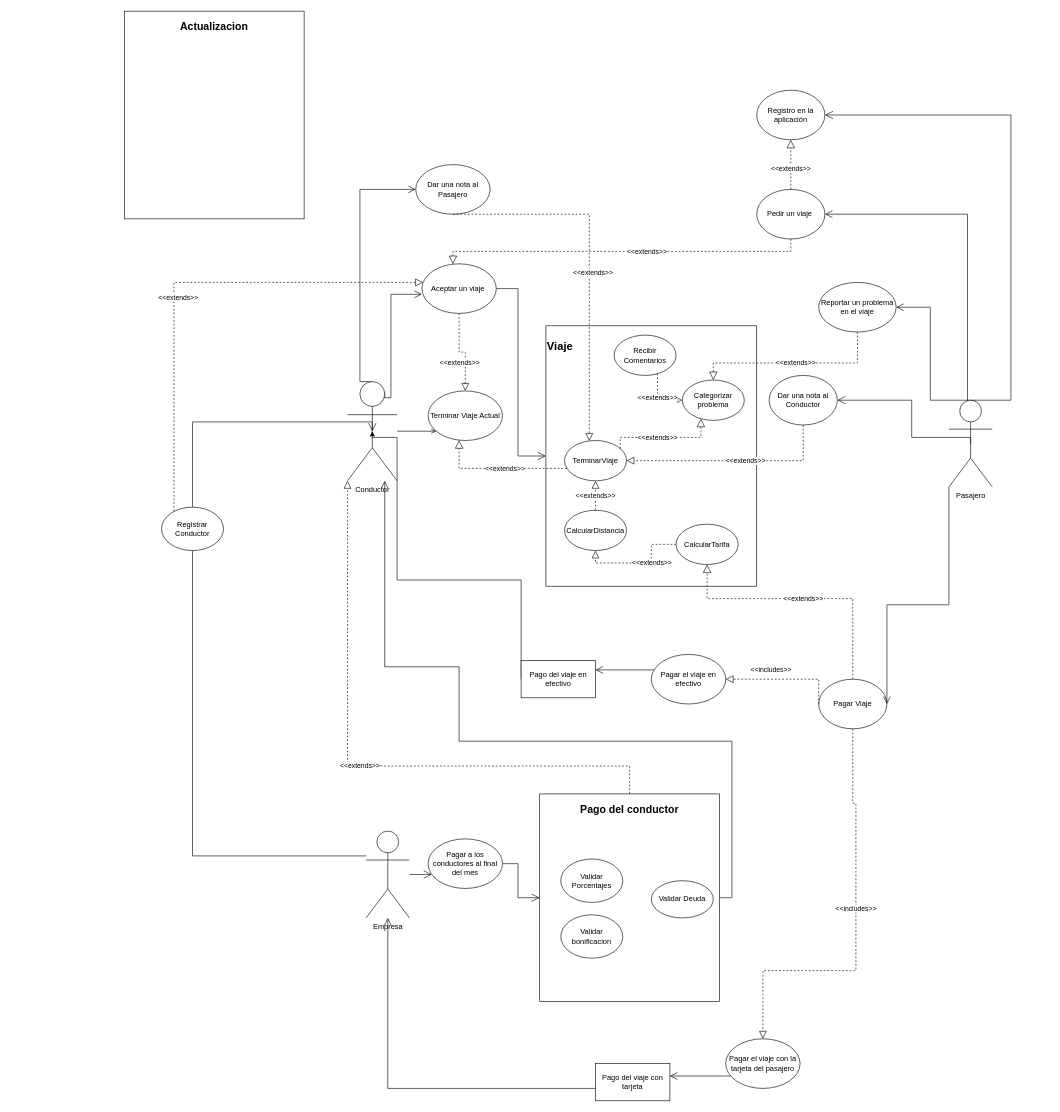
Earlier version of the draw.io diagram DiagramaCasoDeUso.drawio (DPOO2022-1-SEC04-G08/Taller2). Source tidied: cells renumbered, new cells numbered last; positions are measured from the earlier drawing's top-left corner, leaving out a move shared by most shapes. Both pictures are drawn from the tidied source at 62%, with x=0, y=0 at pixel (124, 11).
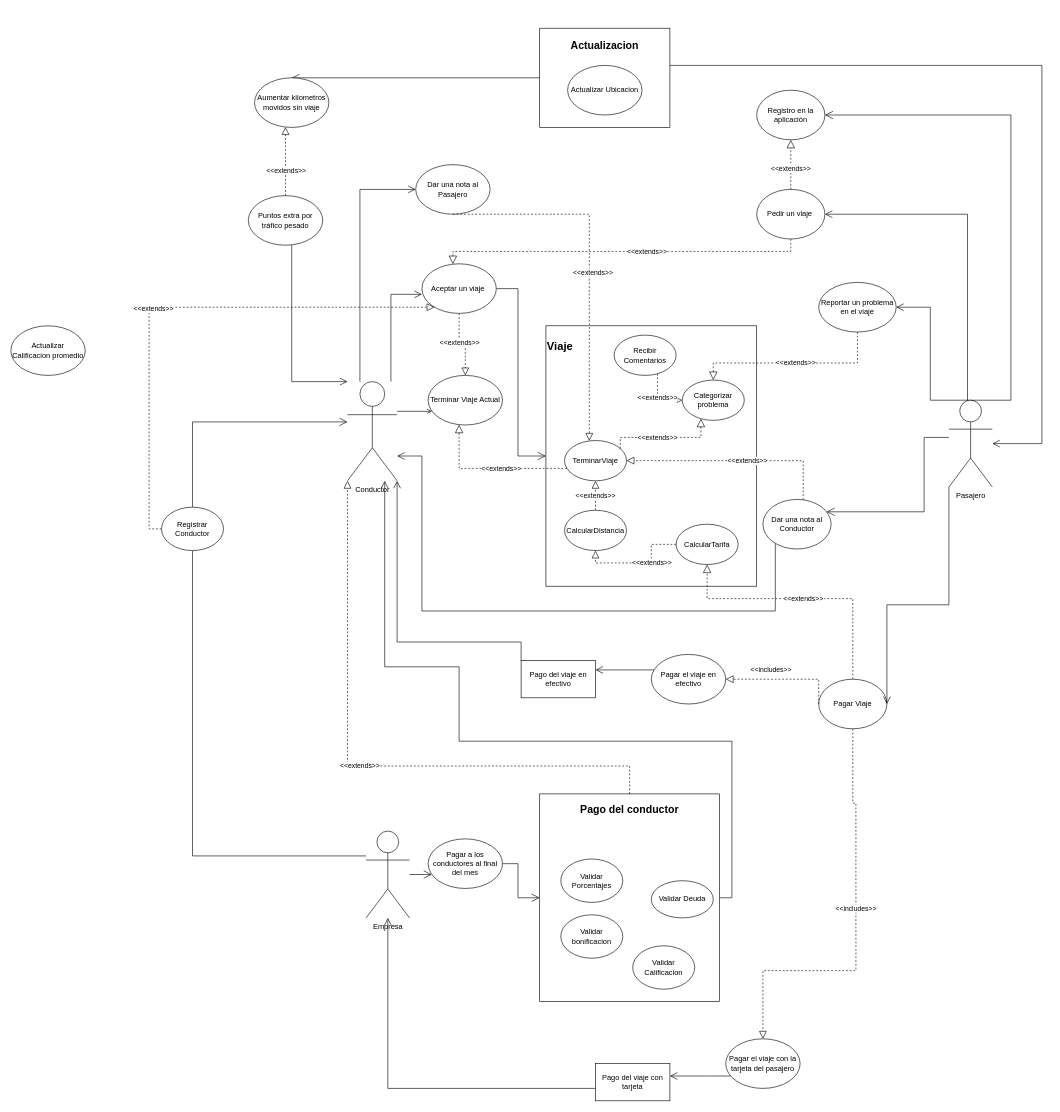
After the change.

Unchanged cells that the change refers to:
```xml
<mxCell id="4" value="Conductor" style="shape=umlActor;verticalLabelPosition=bottom;verticalAlign=top;html=1;outlineConnect=0;" parent="1" vertex="1">
  <mxGeometry x="360" y="598" width="80" height="160" as="geometry" />
</mxCell>
<mxCell id="7" value="Pasajero" style="shape=umlActor;verticalLabelPosition=bottom;verticalAlign=top;html=1;outlineConnect=0;" parent="1" vertex="1">
  <mxGeometry x="1330" y="628" width="70" height="140" as="geometry" />
</mxCell>
<mxCell id="15" style="edgeStyle=orthogonalEdgeStyle;rounded=0;jettySize=auto;html=1;dashed=1;endArrow=block;endFill=0;endSize=10;" parent="1" edge="1" source="17" target="39">
  <mxGeometry relative="1" as="geometry" />
</mxCell>
<mxCell id="17" value="Aceptar un viaje&amp;nbsp;" style="ellipse;whiteSpace=wrap;html=1;fillColor=#FFFFFF;" parent="1" vertex="1">
  <mxGeometry x="480" y="408" width="120" height="80" as="geometry" />
</mxCell>
<mxCell id="21" value="Pago del viaje en efectivo" style="rounded=0;whiteSpace=wrap;html=1;fillColor=#FFFFFF;" parent="1" vertex="1">
  <mxGeometry x="640" y="1048" width="120" height="60" as="geometry" />
</mxCell>
<mxCell id="30" value="Dar una nota al Pasajero" style="ellipse;whiteSpace=wrap;html=1;fillColor=#FFFFFF;" parent="1" vertex="1">
  <mxGeometry x="470" y="248" width="120" height="80" as="geometry" />
</mxCell>
<mxCell id="34" value="Registrar&lt;br&gt;Conductor" style="ellipse;whiteSpace=wrap;html=1;" parent="1" vertex="1">
  <mxGeometry x="60" y="800.5" width="100" height="70" as="geometry" />
</mxCell>
```

Diff of the diagram source:
```diff
@@
-    <mxCell id="2" style="edgeStyle=orthogonalEdgeStyle;rounded=0;jettySize=auto;html=1;entryX=0;entryY=0.615;entryDx=0;entryDy=0;entryPerimeter=0;exitX=0.75;exitY=0.1;exitDx=0;exitDy=0;exitPerimeter=0;endArrow=open;endFill=0;endSize=10;" parent="1" edge="1" source="4" target="17">
+    <mxCell id="2" style="edgeStyle=orthogonalEdgeStyle;rounded=0;jettySize=auto;html=1;entryX=0;entryY=0.615;entryDx=0;entryDy=0;entryPerimeter=0;endArrow=open;endFill=0;endSize=10;" parent="1" edge="1" source="4" target="17">
       <mxGeometry relative="1" as="geometry">
         <Array as="points">
-          <mxPoint x="430" y="624" />
           <mxPoint x="430" y="457" />
         </Array>
       </mxGeometry>
     </mxCell>
-    <mxCell id="3" style="edgeStyle=orthogonalEdgeStyle;rounded=0;jettySize=auto;html=1;exitX=0.5;exitY=0;exitDx=0;exitDy=0;exitPerimeter=0;endArrow=open;endFill=0;endSize=10;" parent="1" edge="1" source="4" target="30">
+    <mxCell id="3" style="edgeStyle=orthogonalEdgeStyle;rounded=0;jettySize=auto;html=1;endArrow=open;endFill=0;endSize=10;" parent="1" edge="1" source="4" target="30">
       <mxGeometry relative="1" as="geometry">
         <Array as="points">
           <mxPoint x="380" y="288" />
         </Array>
       </mxGeometry>
     </mxCell>
+    <mxCell id="72" style="edgeStyle=orthogonalEdgeStyle;rounded=0;jumpSize=11;jettySize=auto;html=1;fontSize=17;endArrow=open;endFill=0;endSize=10;targetPerimeterSpacing=0;" parent="1" edge="1" source="78" target="4">
+      <mxGeometry relative="1" as="geometry">
+        <Array as="points">
+          <mxPoint x="270" y="598" />
+        </Array>
+      </mxGeometry>
+    </mxCell>
@@
+    <mxCell id="73" style="edgeStyle=orthogonalEdgeStyle;rounded=0;jumpSize=11;jettySize=auto;html=1;fontSize=17;endArrow=open;endFill=0;endSize=10;targetPerimeterSpacing=0;" parent="1" edge="1" source="71" target="7">
+      <mxGeometry relative="1" as="geometry">
+        <Array as="points">
+          <mxPoint x="1480" y="88" />
+          <mxPoint x="1480" y="698" />
+        </Array>
+      </mxGeometry>
+    </mxCell>
@@
     <mxCell id="16" value="&amp;lt;&amp;lt;extends&amp;gt;&amp;gt;" style="edgeLabel;html=1;align=center;verticalAlign=middle;" parent="15" vertex="1">
       <mxGeometry x="-0.54" y="3" relative="1" as="geometry">
-        <mxPoint x="-3" y="47" as="offset" />
+        <mxPoint x="-3" y="21" as="offset" />
       </mxGeometry>
     </mxCell>
@@
-    <mxCell id="20" style="edgeStyle=orthogonalEdgeStyle;rounded=0;jettySize=auto;html=1;exitX=0;exitY=0.5;exitDx=0;exitDy=0;entryX=0.5;entryY=0.5;entryDx=0;entryDy=0;entryPerimeter=0;" parent="1" edge="1" source="21" target="4">
+    <mxCell id="20" style="edgeStyle=orthogonalEdgeStyle;rounded=0;jettySize=auto;html=1;endSize=10;endArrow=open;endFill=0;" parent="1" edge="1" source="21" target="4">
       <mxGeometry relative="1" as="geometry">
         <Array as="points">
-          <mxPoint x="440" y="918" />
-          <mxPoint x="440" y="688" />
+          <mxPoint x="640" y="1018" />
+          <mxPoint x="440" y="1018" />
         </Array>
       </mxGeometry>
     </mxCell>
@@
-    <mxCell id="33" style="edgeStyle=orthogonalEdgeStyle;rounded=0;jettySize=auto;html=1;entryX=0.5;entryY=0.5;entryDx=0;entryDy=0;entryPerimeter=0;fontSize=18;endArrow=open;endFill=0;endSize=11;" parent="1" edge="1" source="34" target="4">
+    <mxCell id="33" style="edgeStyle=orthogonalEdgeStyle;rounded=0;jettySize=auto;html=1;fontSize=18;endArrow=open;endFill=0;endSize=11;" parent="1" edge="1" source="34" target="4">
       <mxGeometry relative="1" as="geometry">
         <Array as="points">
           <mxPoint x="110" y="663" />
         </Array>
       </mxGeometry>
     </mxCell>
@@
+    <mxCell id="74" style="edgeStyle=orthogonalEdgeStyle;rounded=0;jumpSize=11;jettySize=auto;html=1;fontSize=17;endArrow=open;endFill=0;endSize=10;targetPerimeterSpacing=0;" parent="1" edge="1" source="36" target="4">
+      <mxGeometry relative="1" as="geometry">
+        <Array as="points">
+          <mxPoint x="1050" y="968" />
+          <mxPoint x="480" y="968" />
+          <mxPoint x="480" y="718" />
+        </Array>
+      </mxGeometry>
+    </mxCell>
     <mxCell id="36" value="Dar una nota al Conductor" style="ellipse;whiteSpace=wrap;html=1;fillColor=#FFFFFF;" parent="1" vertex="1">
-      <mxGeometry x="1040" y="588" width="110" height="80" as="geometry" />
+      <mxGeometry x="1030" y="788" width="110" height="80" as="geometry" />
     </mxCell>
-    <mxCell id="37" style="edgeStyle=orthogonalEdgeStyle;rounded=0;jettySize=auto;html=1;entryX=1;entryY=0.5;entryDx=0;entryDy=0;exitX=0.5;exitY=0.5;exitDx=0;exitDy=0;exitPerimeter=0;endArrow=open;endFill=0;endSize=11;" parent="1" edge="1" source="7" target="36">
+    <mxCell id="37" style="edgeStyle=orthogonalEdgeStyle;rounded=0;jettySize=auto;html=1;endArrow=open;endFill=0;endSize=11;" parent="1" edge="1" source="7" target="36">
       <mxGeometry relative="1" as="geometry">
         <Array as="points">
-          <mxPoint x="1270" y="688" />
-          <mxPoint x="1270" y="628" />
+          <mxPoint x="1290" y="688" />
+          <mxPoint x="1290" y="808" />
         </Array>
       </mxGeometry>
     </mxCell>
@@
     <mxCell id="39" value="Terminar Viaje Actual" style="ellipse;whiteSpace=wrap;html=1;fillColor=#FFFFFF;" parent="1" vertex="1">
-      <mxGeometry x="490" y="613" width="120" height="80" as="geometry" />
+      <mxGeometry x="490" y="588" width="120" height="80" as="geometry" />
     </mxCell>
@@
     <mxCell id="65" style="edgeStyle=orthogonalEdgeStyle;rounded=0;jettySize=auto;html=1;dashed=1;endArrow=block;endFill=0;endSize=10;" parent="1" edge="1" source="34" target="17">
       <mxGeometry relative="1" as="geometry">
         <Array as="points">
-          <mxPoint x="80" y="438" />
+          <mxPoint x="40" y="836" />
+          <mxPoint x="40" y="478" />
         </Array>
       </mxGeometry>
     </mxCell>
@@
-    <mxCell id="71" value="&lt;b&gt;&lt;font style=&quot;font-size: 17px&quot;&gt;Actualizacion&lt;br&gt;&lt;br&gt;&lt;br&gt;&lt;br&gt;&lt;br&gt;&lt;br&gt;&lt;br&gt;&lt;br&gt;&lt;br&gt;&lt;br&gt;&lt;br&gt;&lt;br&gt;&lt;br&gt;&lt;br&gt;&lt;br&gt;&lt;/font&gt;&lt;/b&gt;" style="rounded=0;whiteSpace=wrap;html=1;fillColor=#FFFFFF;" parent="1" vertex="1">
-      <mxGeometry y="0.5" width="290" height="335" as="geometry" />
+    <mxCell id="71" value="&lt;b&gt;&lt;font style=&quot;font-size: 17px&quot;&gt;Actualizacion&lt;br&gt;&lt;br&gt;&lt;br&gt;&lt;br&gt;&lt;br&gt;&lt;br&gt;&lt;/font&gt;&lt;/b&gt;" style="rounded=0;whiteSpace=wrap;html=1;fillColor=#FFFFFF;" parent="1" vertex="1">
+      <mxGeometry x="670" y="28" width="210" height="160" as="geometry" />
     </mxCell>
+    <mxCell id="75" value="Actualizar Ubicacion" style="ellipse;whiteSpace=wrap;html=1;fillColor=#FFFFFF;" parent="1" vertex="1">
+      <mxGeometry x="715" y="88" width="120" height="80" as="geometry" />
+    </mxCell>
+    <mxCell id="76" style="edgeStyle=orthogonalEdgeStyle;rounded=0;jumpSize=11;jettySize=auto;html=1;fontSize=17;endArrow=open;endFill=0;endSize=10;targetPerimeterSpacing=0;" parent="1" edge="1" source="71" target="77">
+      <mxGeometry relative="1" as="geometry">
+        <Array as="points">
+          <mxPoint x="700" y="108" />
+          <mxPoint x="700" y="108" />
+        </Array>
+      </mxGeometry>
+    </mxCell>
+    <mxCell id="77" value="Aumentar kilometros&lt;br&gt;movidos sin viaje" style="ellipse;whiteSpace=wrap;html=1;fillColor=#FFFFFF;" parent="1" vertex="1">
+      <mxGeometry x="210" y="108" width="120" height="80" as="geometry" />
+    </mxCell>
+    <mxCell id="78" value="Puntos extra por tráfico pesado" style="ellipse;whiteSpace=wrap;html=1;fillColor=#FFFFFF;" parent="1" vertex="1">
+      <mxGeometry x="200" y="298" width="120" height="80" as="geometry" />
+    </mxCell>
+    <mxCell id="79" style="edgeStyle=orthogonalEdgeStyle;rounded=0;jettySize=auto;html=1;dashed=1;endArrow=block;endFill=0;endSize=10;" parent="1" edge="1" source="78" target="77">
+      <mxGeometry relative="1" as="geometry">
+        <Array as="points">
+          <mxPoint x="260" y="218" />
+          <mxPoint x="260" y="218" />
+        </Array>
+      </mxGeometry>
+    </mxCell>
+    <mxCell id="80" value="&amp;lt;&amp;lt;extends&amp;gt;&amp;gt;" style="edgeLabel;html=1;align=center;verticalAlign=middle;" parent="79" vertex="1">
+      <mxGeometry x="-0.54" y="3" relative="1" as="geometry">
+        <mxPoint x="3" y="-16" as="offset" />
+      </mxGeometry>
+    </mxCell>
+    <mxCell id="81" value="Validar Calificacion" style="ellipse;whiteSpace=wrap;html=1;" parent="1" vertex="1">
+      <mxGeometry x="820" y="1508" width="100" height="70" as="geometry" />
+    </mxCell>
+    <mxCell id="82" value="Actualizar&lt;br&gt;Calificacion promedio&lt;br&gt;" style="ellipse;whiteSpace=wrap;html=1;fillColor=#FFFFFF;" parent="1" vertex="1">
+      <mxGeometry x="-183" y="508" width="120" height="80" as="geometry" />
+    </mxCell>
```
